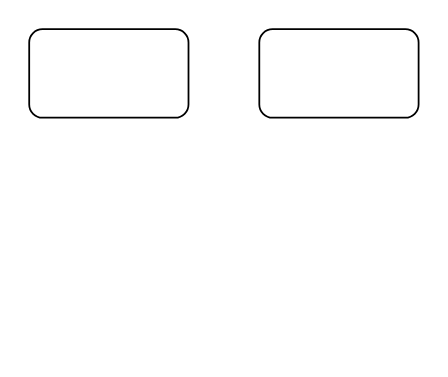
Earlier version of the draw.io diagram page "Page-1" (1 of 2) of drawio-test/diagram.drawio (ab185508/file-type-finder). Source tidied: cells renumbered, new cells numbered last; positions are measured from the earlier drawing's top-left corner, leaving out a move shared by most shapes. Both pictures are drawn from the tidied source at 177%, with x=0, y=0 at pixel (28, 28).
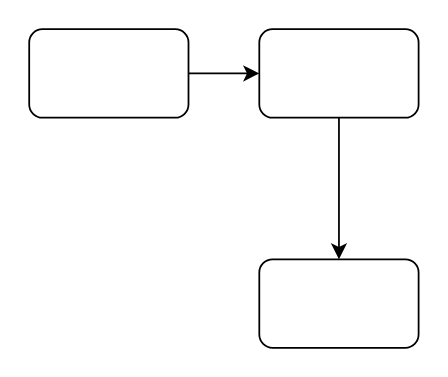
The same diagram, later.

Diff of the diagram source:
```diff
@@
 <mxGraphModel>
   <root>
     <mxCell id="0" />
     <mxCell id="1" parent="0" />
+    <mxCell id="4" style="edgeStyle=none;html=1;" parent="1" edge="1" source="2" target="3">
+      <mxGeometry relative="1" as="geometry" />
+    </mxCell>
     <mxCell id="2" style="rounded=1;whiteSpace=wrap;html=1;" parent="1" vertex="1">
       <mxGeometry width="90" height="50" as="geometry" />
     </mxCell>
+    <mxCell id="5" style="edgeStyle=none;html=1;" parent="1" edge="1" source="3" target="6">
+      <mxGeometry relative="1" as="geometry" />
+    </mxCell>
     <mxCell id="3" style="rounded=1;whiteSpace=wrap;html=1;" parent="1" vertex="1">
       <mxGeometry x="130" width="90" height="50" as="geometry" />
     </mxCell>
+    <mxCell id="6" style="rounded=1;whiteSpace=wrap;html=1;" parent="1" vertex="1">
+      <mxGeometry x="130" y="130" width="90" height="50" as="geometry" />
+    </mxCell>
   </root>
 </mxGraphModel>
```
